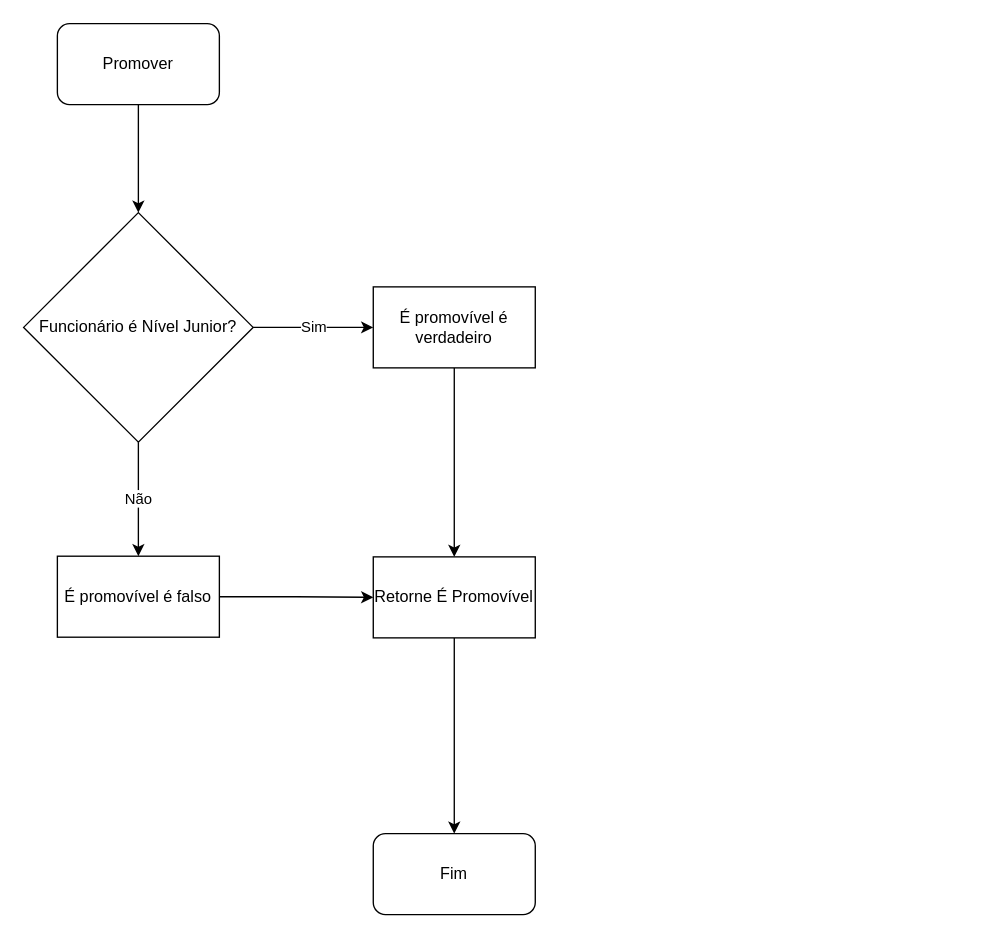
Above: regras.de.negocio/participante/interno/funcionario/ti/supervisordeti/promover.drawio in andre-alck/erp (draw.io), before the change. Source tidied: cells renumbered, new cells numbered last; positions are measured from the earlier drawing's top-left corner, leaving out a move shared by most shapes. Both pictures are drawn from the tidied source at 135%, with x=0, y=0 at pixel (23, 23).
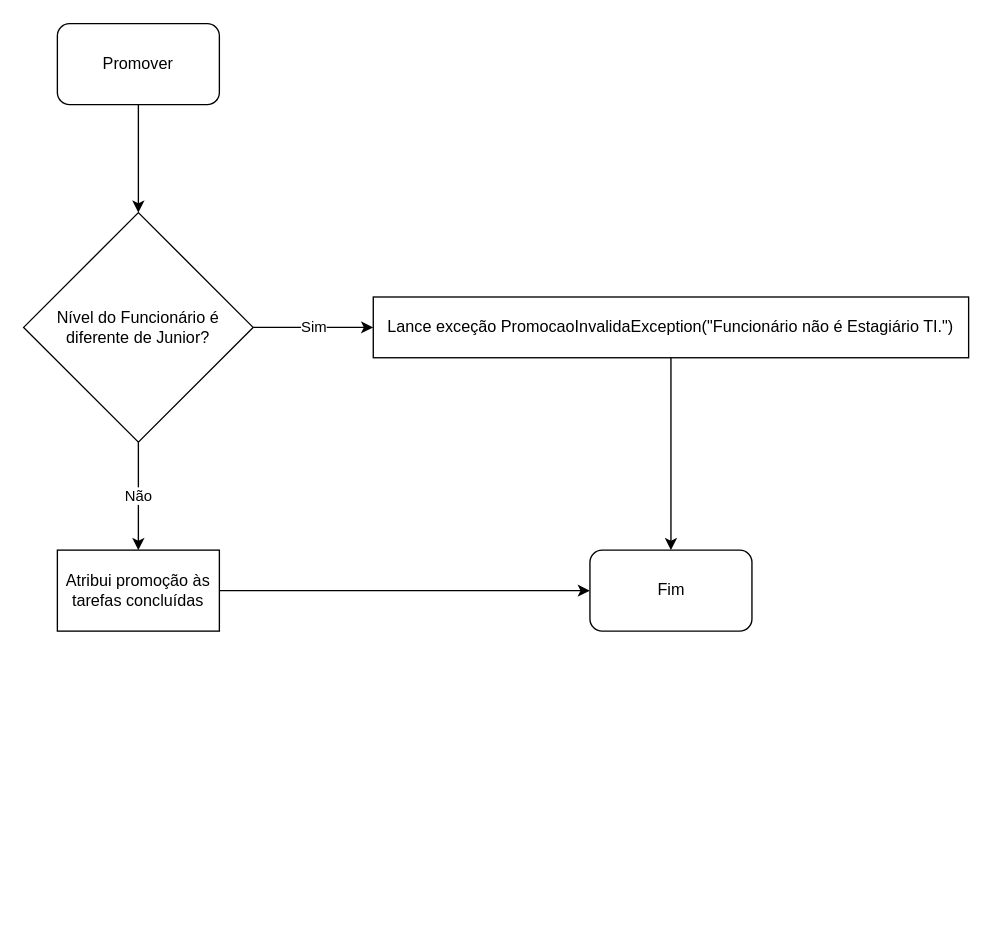
After the change.

Commit message (it also covers changes not shown here):
docs: update regra de negocio para promover

Change to the diagram source:
```diff
@@
 <mxGraphModel>
   <root>
     <mxCell id="0" />
     <mxCell id="1" parent="0" />
     <mxCell id="2" style="edgeStyle=orthogonalEdgeStyle;rounded=0;jettySize=auto;html=1;" parent="1" edge="1" source="3" target="6">
       <mxGeometry relative="1" as="geometry" />
     </mxCell>
     <mxCell id="3" value="Promover" style="rounded=1;whiteSpace=wrap;html=1;" parent="1" vertex="1">
       <mxGeometry x="25" width="120" height="60" as="geometry" />
     </mxCell>
     <mxCell id="4" value="Sim" style="edgeStyle=orthogonalEdgeStyle;rounded=0;jettySize=auto;html=1;entryX=0;entryY=0.5;entryDx=0;entryDy=0;" parent="1" edge="1" source="6" target="8">
       <mxGeometry relative="1" as="geometry" />
     </mxCell>
     <mxCell id="5" value="Não" style="edgeStyle=orthogonalEdgeStyle;rounded=0;jettySize=auto;html=1;" parent="1" edge="1" source="6" target="10">
       <mxGeometry relative="1" as="geometry" />
     </mxCell>
-    <mxCell id="6" value="Funcionário é Nível Junior?" style="rhombus;whiteSpace=wrap;html=1;" parent="1" vertex="1">
+    <mxCell id="6" value="Nível do Funcionário é diferente de Junior?" style="rhombus;whiteSpace=wrap;html=1;" parent="1" vertex="1">
       <mxGeometry y="140" width="170" height="170" as="geometry" />
     </mxCell>
-    <mxCell id="7" style="edgeStyle=orthogonalEdgeStyle;rounded=0;jettySize=auto;html=1;entryX=0.5;entryY=0;entryDx=0;entryDy=0;" parent="1" edge="1" source="8" target="12">
-      <mxGeometry relative="1" as="geometry" />
-    </mxCell>
+    <mxCell id="14" style="edgeStyle=orthogonalEdgeStyle;rounded=0;jettySize=auto;html=1;entryX=0.5;entryY=0;entryDx=0;entryDy=0;" parent="1" edge="1" source="8" target="13">
+      <mxGeometry relative="1" as="geometry" />
+    </mxCell>
-    <mxCell id="8" value="É promovível é verdadeiro" style="rounded=0;whiteSpace=wrap;html=1;" parent="1" vertex="1">
-      <mxGeometry x="259" y="195" width="120" height="60" as="geometry" />
+    <mxCell id="8" value="Lance exceção PromocaoInvalidaException(&quot;Funcionário não é Estagiário TI.&quot;)" style="rounded=0;whiteSpace=wrap;html=1;" parent="1" vertex="1">
+      <mxGeometry x="259" y="202.5" width="441" height="45" as="geometry" />
     </mxCell>
-    <mxCell id="9" style="edgeStyle=orthogonalEdgeStyle;rounded=0;jettySize=auto;html=1;entryX=0;entryY=0.5;entryDx=0;entryDy=0;" parent="1" edge="1" source="10" target="12">
-      <mxGeometry relative="1" as="geometry" />
-    </mxCell>
+    <mxCell id="15" style="edgeStyle=orthogonalEdgeStyle;rounded=0;jettySize=auto;html=1;entryX=0;entryY=0.5;entryDx=0;entryDy=0;" parent="1" edge="1" source="10" target="13">
+      <mxGeometry relative="1" as="geometry" />
+    </mxCell>
-    <mxCell id="10" value="É promovível é falso" style="rounded=0;whiteSpace=wrap;html=1;" parent="1" vertex="1">
-      <mxGeometry x="25" y="394.5" width="120" height="60" as="geometry" />
+    <mxCell id="10" value="Atribui promoção às tarefas concluídas" style="rounded=0;whiteSpace=wrap;html=1;" parent="1" vertex="1">
+      <mxGeometry x="25" y="390" width="120" height="60" as="geometry" />
     </mxCell>
-    <mxCell id="11" style="edgeStyle=orthogonalEdgeStyle;rounded=0;jettySize=auto;html=1;entryX=0.5;entryY=0;entryDx=0;entryDy=0;" parent="1" edge="1" source="12" target="13">
-      <mxGeometry relative="1" as="geometry" />
-    </mxCell>
-    <mxCell id="12" value="Retorne É Promovível" style="rounded=0;whiteSpace=wrap;html=1;" parent="1" vertex="1">
-      <mxGeometry x="259" y="395" width="120" height="60" as="geometry" />
-    </mxCell>
     <mxCell id="13" value="Fim" style="rounded=1;whiteSpace=wrap;html=1;" parent="1" vertex="1">
-      <mxGeometry x="259" y="600" width="120" height="60" as="geometry" />
+      <mxGeometry x="419.5" y="390" width="120" height="60" as="geometry" />
     </mxCell>
   </root>
 </mxGraphModel>
```
